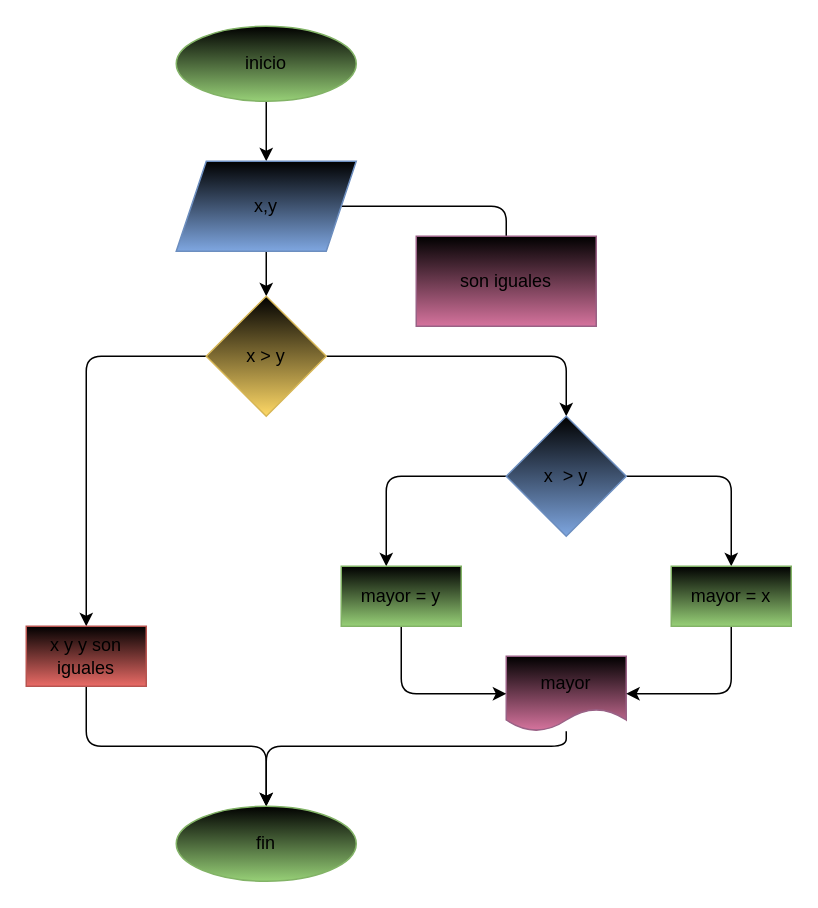
Earlier version of the draw.io diagram page "Página-1" (1 of 2) of diagrama.drawio (GeorginaCarvajal/mayor_2enteros). Source tidied: cells renumbered, new cells numbered last; positions are measured from the earlier drawing's top-left corner, leaving out a move shared by most shapes. Both pictures are drawn from the tidied source at 150%, with x=0, y=0 at pixel (26, 26).
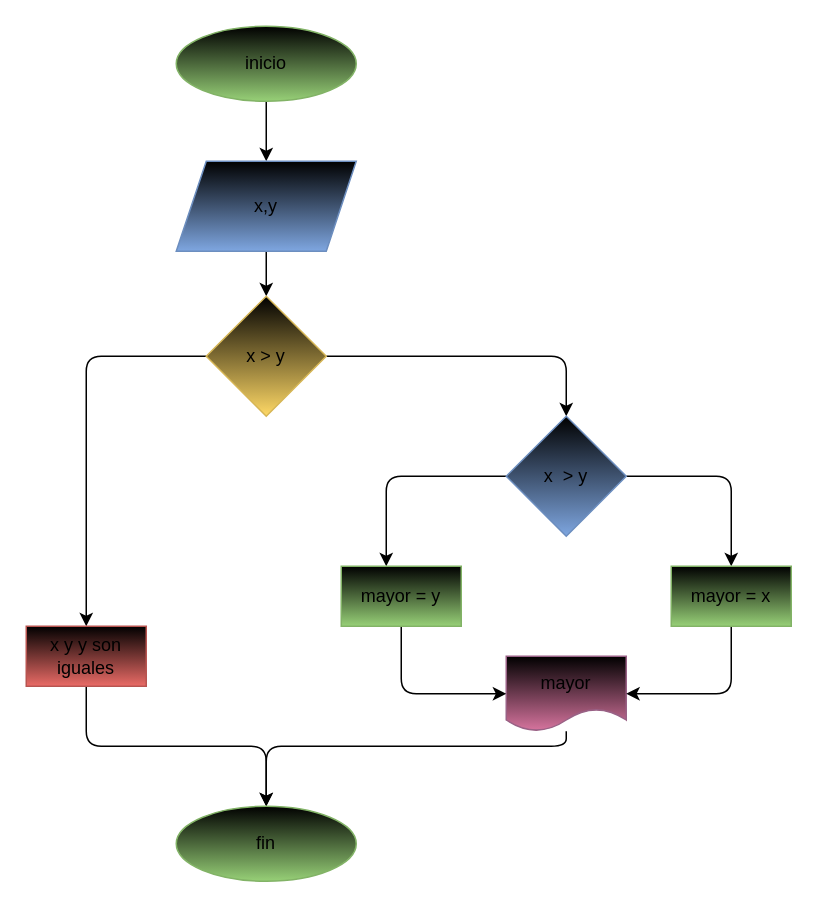
After the change.

Commit message (it also covers changes not shown here):
se modifico el diagrama

The change refers to these unchanged cells:
```xml
<mxCell id="6" value="x,y" style="shape=parallelogram;perimeter=parallelogramPerimeter;whiteSpace=wrap;html=1;fixedSize=1;fillColor=#000000;gradientColor=#7ea6e0;strokeColor=#6c8ebf;" parent="1" vertex="1">
  <mxGeometry x="100" y="90" width="120" height="60" as="geometry" />
</mxCell>
```

Diff of the diagram source:
```diff
@@
-    <mxCell id="5" style="edgeStyle=none;html=1;" parent="1" edge="1" source="6">
-      <mxGeometry relative="1" as="geometry">
-        <mxPoint x="320" y="170" as="targetPoint" />
-        <Array as="points">
-          <mxPoint x="320" y="120" />
-        </Array>
-      </mxGeometry>
-    </mxCell>
@@
-    <mxCell id="16" value="son iguales" style="whiteSpace=wrap;html=1;fillColor=#000000;gradientColor=#d5739d;strokeColor=#996185;" parent="1" vertex="1">
-      <mxGeometry x="260" y="140" width="120" height="60" as="geometry" />
-    </mxCell>
```
